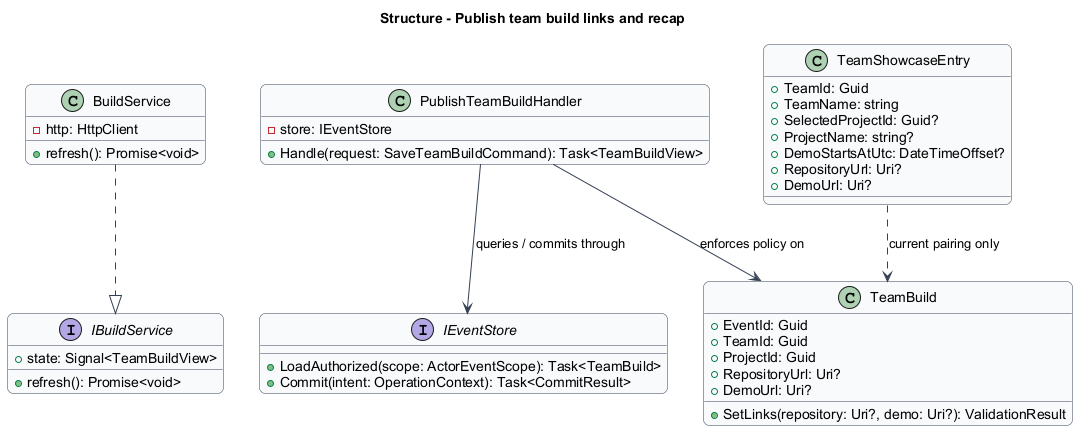
This is docs/detailed-designs/showcase/publish-team-build/diagrams/classes.png from QuinntyneBrown/faithtech-toronto-ai-build-event, a PlantUML export, as it was before one commit.
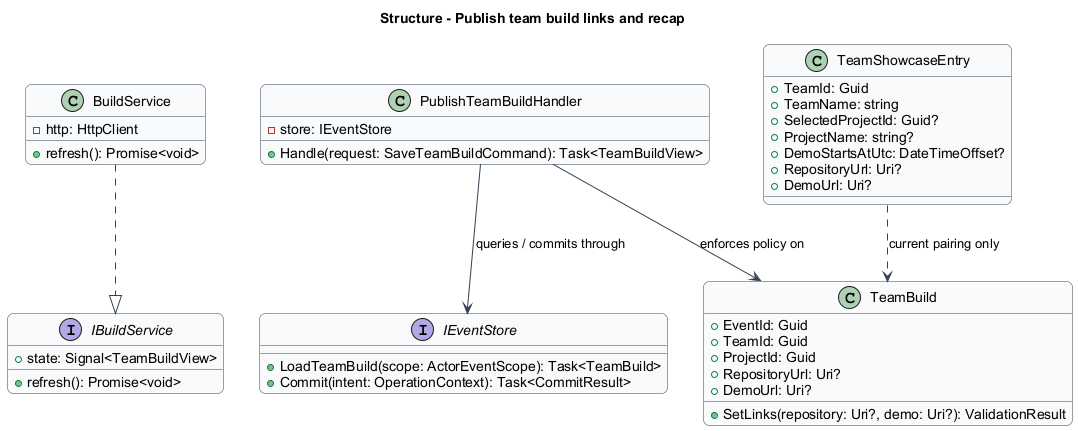
The same file after the commit.

The edit, as a diff of the source:
```diff
@@ -22,7 +22,7 @@
   +Handle(request: SaveTeamBuildCommand): Task<TeamBuildView>
 }
 interface IEventStore {
-  +LoadAuthorized(scope: ActorEventScope): Task<TeamBuild>
+  +LoadTeamBuild(scope: ActorEventScope): Task<TeamBuild>
   +Commit(intent: OperationContext): Task<CommitResult>
 }
 class TeamBuild {
```
